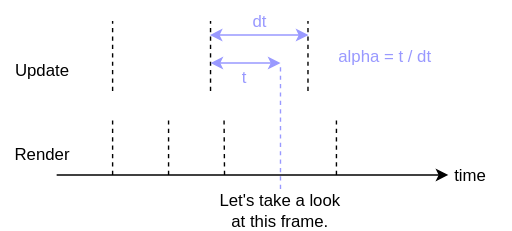
Before: public/posts/timestep-and-frame-pacing/resources/timestep_2.svg, a diagram exported from draw.io (raylee9919/raylee9919.github.io). Source tidied: cells renumbered, new cells last; positions are measured from the earlier drawing's top-left corner, leaving out a move shared by most shapes.
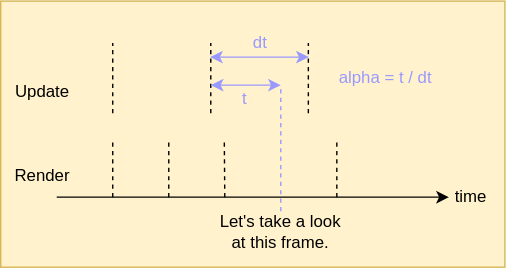
After the commit.

Diff of the diagram source:
```diff
@@ -2,91 +2,94 @@
   <root>
     <mxCell id="0" />
     <mxCell id="1" parent="0" />
-    <mxCell id="2" style="endArrow=classic;html=1;rounded=0;" parent="1" edge="1">
-      <mxGeometry relative="1" as="geometry">
-        <mxPoint x="40" y="125" as="sourcePoint" />
-        <mxPoint x="320" y="125" as="targetPoint" />
-      </mxGeometry>
+    <mxCell id="2" style="rounded=0;whiteSpace=wrap;html=1;fillColor=#fff2cc;strokeColor=#d6b656;" parent="1" vertex="1">
+      <mxGeometry y="-15" width="360" height="190" as="geometry" />
     </mxCell>
-    <mxCell id="3" style="endArrow=none;dashed=1;html=1;rounded=0;" parent="1" edge="1">
+    <mxCell id="3" style="endArrow=classic;html=1;rounded=0;" parent="1" edge="1">
       <mxGeometry relative="1" as="geometry">
-        <mxPoint x="80" y="125" as="sourcePoint" />
-        <mxPoint x="80" y="85" as="targetPoint" />
+        <mxPoint x="40" y="125" as="sourcePoint" />
+        <mxPoint x="320" y="125" as="targetPoint" />
       </mxGeometry>
     </mxCell>
     <mxCell id="4" style="endArrow=none;dashed=1;html=1;rounded=0;" parent="1" edge="1">
       <mxGeometry relative="1" as="geometry">
-        <mxPoint x="120" y="125" as="sourcePoint" />
-        <mxPoint x="120" y="85" as="targetPoint" />
+        <mxPoint x="80" y="125" as="sourcePoint" />
+        <mxPoint x="80" y="85" as="targetPoint" />
       </mxGeometry>
     </mxCell>
     <mxCell id="5" style="endArrow=none;dashed=1;html=1;rounded=0;" parent="1" edge="1">
       <mxGeometry relative="1" as="geometry">
-        <mxPoint x="160" y="125" as="sourcePoint" />
-        <mxPoint x="159.7" y="85" as="targetPoint" />
+        <mxPoint x="120" y="125" as="sourcePoint" />
+        <mxPoint x="120" y="85" as="targetPoint" />
       </mxGeometry>
     </mxCell>
-    <mxCell id="6" style="endArrow=none;dashed=1;html=1;rounded=0;strokeColor=#9999FF;exitX=0.5;exitY=0;exitDx=0;exitDy=0;" parent="1" edge="1" source="18">
+    <mxCell id="6" style="endArrow=none;dashed=1;html=1;rounded=0;" parent="1" edge="1">
       <mxGeometry relative="1" as="geometry">
-        <mxPoint x="200" y="45" as="targetPoint" />
+        <mxPoint x="160" y="125" as="sourcePoint" />
+        <mxPoint x="159.7" y="85" as="targetPoint" />
       </mxGeometry>
     </mxCell>
-    <mxCell id="7" style="endArrow=none;dashed=1;html=1;rounded=0;" parent="1" edge="1">
+    <mxCell id="7" style="endArrow=none;dashed=1;html=1;rounded=0;strokeColor=#9999FF;exitX=0.5;exitY=0;exitDx=0;exitDy=0;" parent="1" edge="1" source="19">
       <mxGeometry relative="1" as="geometry">
-        <mxPoint x="240" y="125" as="sourcePoint" />
-        <mxPoint x="240" y="85" as="targetPoint" />
+        <mxPoint x="200" y="45" as="targetPoint" />
       </mxGeometry>
     </mxCell>
     <mxCell id="8" style="endArrow=none;dashed=1;html=1;rounded=0;" parent="1" edge="1">
       <mxGeometry relative="1" as="geometry">
-        <mxPoint x="80" y="65" as="sourcePoint" />
-        <mxPoint x="80" y="15" as="targetPoint" />
+        <mxPoint x="240" y="125" as="sourcePoint" />
+        <mxPoint x="240" y="85" as="targetPoint" />
       </mxGeometry>
     </mxCell>
     <mxCell id="9" style="endArrow=none;dashed=1;html=1;rounded=0;" parent="1" edge="1">
       <mxGeometry relative="1" as="geometry">
-        <mxPoint x="150" y="65" as="sourcePoint" />
-        <mxPoint x="150" y="15" as="targetPoint" />
+        <mxPoint x="80" y="65" as="sourcePoint" />
+        <mxPoint x="80" y="15" as="targetPoint" />
       </mxGeometry>
     </mxCell>
     <mxCell id="10" style="endArrow=none;dashed=1;html=1;rounded=0;" parent="1" edge="1">
       <mxGeometry relative="1" as="geometry">
-        <mxPoint x="219.7" y="65" as="sourcePoint" />
-        <mxPoint x="219.7" y="15" as="targetPoint" />
+        <mxPoint x="150" y="65" as="sourcePoint" />
+        <mxPoint x="150" y="15" as="targetPoint" />
       </mxGeometry>
     </mxCell>
-    <mxCell id="11" value="time" style="text;html=1;whiteSpace=wrap;strokeColor=none;fillColor=none;align=center;verticalAlign=middle;rounded=0;" parent="1" vertex="1">
-      <mxGeometry x="306" y="110" width="60" height="30" as="geometry" />
+    <mxCell id="11" style="endArrow=none;dashed=1;html=1;rounded=0;" parent="1" edge="1">
+      <mxGeometry relative="1" as="geometry">
+        <mxPoint x="219.7" y="65" as="sourcePoint" />
+        <mxPoint x="219.7" y="15" as="targetPoint" />
+      </mxGeometry>
     </mxCell>
-    <mxCell id="12" value="Update" style="text;html=1;whiteSpace=wrap;strokeColor=none;fillColor=none;align=center;verticalAlign=middle;rounded=0;" parent="1" vertex="1">
-      <mxGeometry y="35" width="60" height="30" as="geometry" />
+    <mxCell id="12" value="time" style="text;html=1;whiteSpace=wrap;strokeColor=none;fillColor=none;align=center;verticalAlign=middle;rounded=0;" parent="1" vertex="1">
+      <mxGeometry x="306" y="110" width="60" height="30" as="geometry" />
     </mxCell>
-    <mxCell id="13" value="Render" style="text;html=1;whiteSpace=wrap;strokeColor=none;fillColor=none;align=center;verticalAlign=middle;rounded=0;" parent="1" vertex="1">
-      <mxGeometry y="95" width="60" height="30" as="geometry" />
+    <mxCell id="13" value="Update" style="text;html=1;whiteSpace=wrap;strokeColor=none;fillColor=none;align=center;verticalAlign=middle;rounded=0;" parent="1" vertex="1">
+      <mxGeometry y="35" width="60" height="30" as="geometry" />
     </mxCell>
-    <mxCell id="14" style="endArrow=classic;startArrow=classic;html=1;rounded=0;fillColor=#dae8fc;strokeColor=#9999FF;" parent="1" edge="1">
-      <mxGeometry relative="1" as="geometry">
-        <mxPoint x="150" y="45" as="sourcePoint" />
-        <mxPoint x="200" y="45" as="targetPoint" />
-      </mxGeometry>
+    <mxCell id="14" value="Render" style="text;html=1;whiteSpace=wrap;strokeColor=none;fillColor=none;align=center;verticalAlign=middle;rounded=0;" parent="1" vertex="1">
+      <mxGeometry y="95" width="60" height="30" as="geometry" />
     </mxCell>
-    <mxCell id="15" value="&lt;span style=&quot;color: rgb(153, 153, 255);&quot;&gt;t&lt;/span&gt;" style="text;html=1;whiteSpace=wrap;strokeColor=none;fillColor=none;align=center;verticalAlign=middle;rounded=0;" parent="1" vertex="1">
-      <mxGeometry x="155" y="40" width="39" height="30" as="geometry" />
+    <mxCell id="15" style="endArrow=classic;startArrow=classic;html=1;rounded=0;fillColor=#dae8fc;strokeColor=#9999FF;" parent="1" edge="1">
+      <mxGeometry relative="1" as="geometry">
+        <mxPoint x="150" y="45" as="sourcePoint" />
+        <mxPoint x="200" y="45" as="targetPoint" />
+      </mxGeometry>
     </mxCell>
-    <mxCell id="16" style="endArrow=classic;startArrow=classic;html=1;rounded=0;fillColor=#dae8fc;strokeColor=#9999FF;" parent="1" edge="1">
-      <mxGeometry relative="1" as="geometry">
-        <mxPoint x="149.5" y="25" as="sourcePoint" />
-        <mxPoint x="220" y="25" as="targetPoint" />
-      </mxGeometry>
+    <mxCell id="16" value="&lt;span style=&quot;color: rgb(153, 153, 255);&quot;&gt;t&lt;/span&gt;" style="text;html=1;whiteSpace=wrap;strokeColor=none;fillColor=none;align=center;verticalAlign=middle;rounded=0;" parent="1" vertex="1">
+      <mxGeometry x="155" y="40" width="39" height="30" as="geometry" />
     </mxCell>
-    <mxCell id="17" value="&lt;span style=&quot;color: rgb(153, 153, 255);&quot;&gt;d&lt;/span&gt;&lt;span style=&quot;color: light-dark(rgb(153, 153, 255), rgb(93, 93, 181)); background-color: transparent;&quot;&gt;t&lt;/span&gt;" style="text;html=1;whiteSpace=wrap;strokeColor=none;fillColor=none;align=center;verticalAlign=middle;rounded=0;" parent="1" vertex="1">
-      <mxGeometry x="166" width="39" height="30" as="geometry" />
+    <mxCell id="17" style="endArrow=classic;startArrow=classic;html=1;rounded=0;fillColor=#dae8fc;strokeColor=#9999FF;" parent="1" edge="1">
+      <mxGeometry relative="1" as="geometry">
+        <mxPoint x="149.5" y="25" as="sourcePoint" />
+        <mxPoint x="220" y="25" as="targetPoint" />
+      </mxGeometry>
     </mxCell>
-    <mxCell id="18" value="Let's take a look at this frame." style="text;html=1;whiteSpace=wrap;strokeColor=none;fillColor=none;align=center;verticalAlign=middle;rounded=0;" parent="1" vertex="1">
-      <mxGeometry x="155" y="135" width="90" height="30" as="geometry" />
+    <mxCell id="18" value="&lt;span style=&quot;color: rgb(153, 153, 255);&quot;&gt;d&lt;/span&gt;&lt;span style=&quot;color: light-dark(rgb(153, 153, 255), rgb(93, 93, 181)); background-color: transparent;&quot;&gt;t&lt;/span&gt;" style="text;html=1;whiteSpace=wrap;strokeColor=none;fillColor=none;align=center;verticalAlign=middle;rounded=0;" parent="1" vertex="1">
+      <mxGeometry x="166" width="39" height="30" as="geometry" />
     </mxCell>
-    <mxCell id="19" value="&lt;span style=&quot;color: rgb(153, 153, 255);&quot;&gt;alpha = t / dt&lt;/span&gt;" style="text;html=1;whiteSpace=wrap;strokeColor=none;fillColor=none;align=center;verticalAlign=middle;rounded=0;" parent="1" vertex="1">
-      <mxGeometry x="240" y="25" width="70" height="30" as="geometry" />
+    <mxCell id="19" value="Let's take a look at this frame." style="text;html=1;whiteSpace=wrap;strokeColor=none;fillColor=none;align=center;verticalAlign=middle;rounded=0;" parent="1" vertex="1">
+      <mxGeometry x="155" y="135" width="90" height="30" as="geometry" />
     </mxCell>
+    <mxCell id="20" value="&lt;span style=&quot;color: rgb(153, 153, 255);&quot;&gt;alpha = t / dt&lt;/span&gt;" style="text;html=1;whiteSpace=wrap;strokeColor=none;fillColor=none;align=center;verticalAlign=middle;rounded=0;" parent="1" vertex="1">
+      <mxGeometry x="240" y="25" width="70" height="30" as="geometry" />
+    </mxCell>
   </root>
 </mxGraphModel>
```
